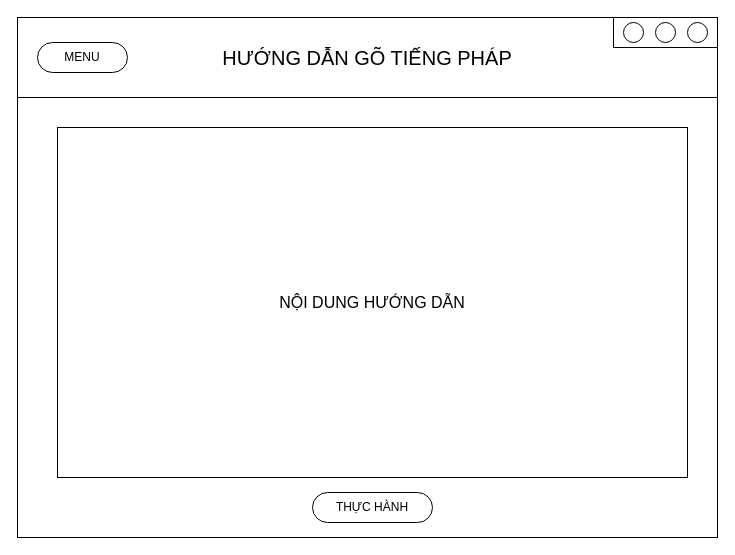
Tran-Long-Vu/AppVocabFR keeps this draw.io diagram as page "Học từ vựng (2)" (10 of 16) of GUI.drawio. Above is the earlier version. Source tidied: cells renumbered, new cells numbered last; positions are measured from the earlier drawing's top-left corner, leaving out a move shared by most shapes. Both pictures are drawn from the tidied source at 100%, with x=0, y=0 at pixel (17, 17).
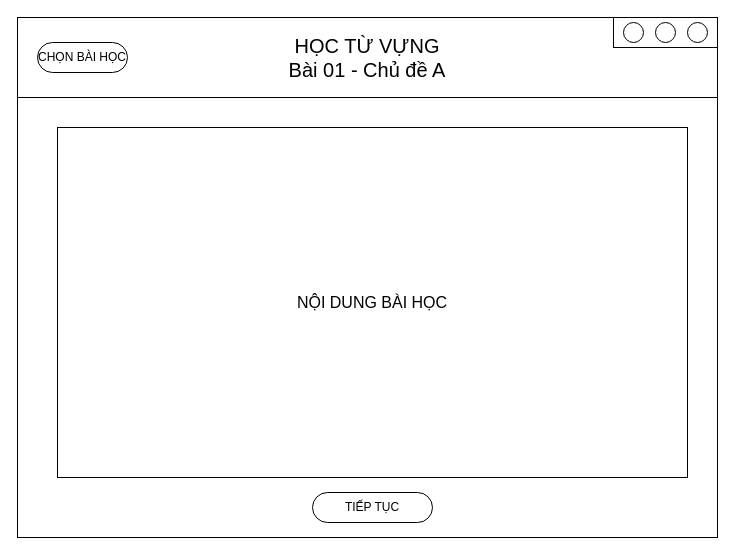
After the change.

Diff of the diagram source:
```diff
@@
 <mxGraphModel>
   <root>
     <mxCell id="0" />
     <mxCell id="1" parent="0" />
     <mxCell id="2" style="rounded=0;whiteSpace=wrap;html=1;" parent="1" vertex="1">
       <mxGeometry width="700" height="520" as="geometry" />
     </mxCell>
-    <mxCell id="3" value="&lt;font style=&quot;font-size: 20px;&quot;&gt;HƯỚNG DẪN GÕ TIẾNG PHÁP&lt;/font&gt;" style="rounded=0;whiteSpace=wrap;html=1;" parent="1" vertex="1">
+    <mxCell id="3" value="&lt;font style=&quot;font-size: 20px;&quot;&gt;HỌC TỪ VỰNG&lt;/font&gt;&lt;div&gt;&lt;font style=&quot;font-size: 20px;&quot;&gt;Bài 01 - Chủ đề A&lt;/font&gt;&lt;/div&gt;" style="rounded=0;whiteSpace=wrap;html=1;" parent="1" vertex="1">
       <mxGeometry width="700" height="80" as="geometry" />
     </mxCell>
-    <mxCell id="4" value="&lt;font style=&quot;font-size: 16px;&quot;&gt;NỘI DUNG HƯỚNG DẪN&lt;/font&gt;" style="rounded=0;whiteSpace=wrap;html=1;" parent="1" vertex="1">
+    <mxCell id="4" value="&lt;font style=&quot;font-size: 16px;&quot;&gt;NỘI DUNG BÀI HỌC&lt;/font&gt;" style="rounded=0;whiteSpace=wrap;html=1;" parent="1" vertex="1">
       <mxGeometry x="40" y="110" width="630" height="350" as="geometry" />
     </mxCell>
     <mxCell id="5" style="group;" parent="1" vertex="1">
       <mxGeometry x="596" width="104" height="30" as="geometry" />
     </mxCell>
     <mxCell id="6" style="group;" parent="5" vertex="1">
       <mxGeometry width="104" height="30" as="geometry" />
     </mxCell>
     <mxCell id="7" style="rounded=0;whiteSpace=wrap;html=1;" parent="6" vertex="1">
       <mxGeometry width="104" height="30" as="geometry" />
     </mxCell>
     <mxCell id="8" style="ellipse;whiteSpace=wrap;html=1;" parent="6" vertex="1">
       <mxGeometry x="10" y="5" width="20" height="20" as="geometry" />
     </mxCell>
     <mxCell id="9" style="ellipse;whiteSpace=wrap;html=1;" parent="6" vertex="1">
       <mxGeometry x="42" y="5" width="20" height="20" as="geometry" />
     </mxCell>
     <mxCell id="10" style="ellipse;whiteSpace=wrap;html=1;" parent="6" vertex="1">
       <mxGeometry x="74" y="5" width="20" height="20" as="geometry" />
     </mxCell>
-    <mxCell id="11" value="MENU" style="rounded=1;whiteSpace=wrap;html=1;arcSize=50;" parent="1" vertex="1">
+    <mxCell id="11" value="CHỌN BÀI HỌC" style="rounded=1;whiteSpace=wrap;html=1;arcSize=50;" parent="1" vertex="1">
       <mxGeometry x="20" y="25" width="90" height="30" as="geometry" />
     </mxCell>
-    <mxCell id="12" value="THỰC HÀNH" style="rounded=1;whiteSpace=wrap;html=1;arcSize=50;" parent="1" vertex="1">
+    <mxCell id="12" value="TIẾP TỤC" style="rounded=1;whiteSpace=wrap;html=1;arcSize=50;" parent="1" vertex="1">
       <mxGeometry x="295" y="475" width="120" height="30" as="geometry" />
     </mxCell>
   </root>
 </mxGraphModel>
```
